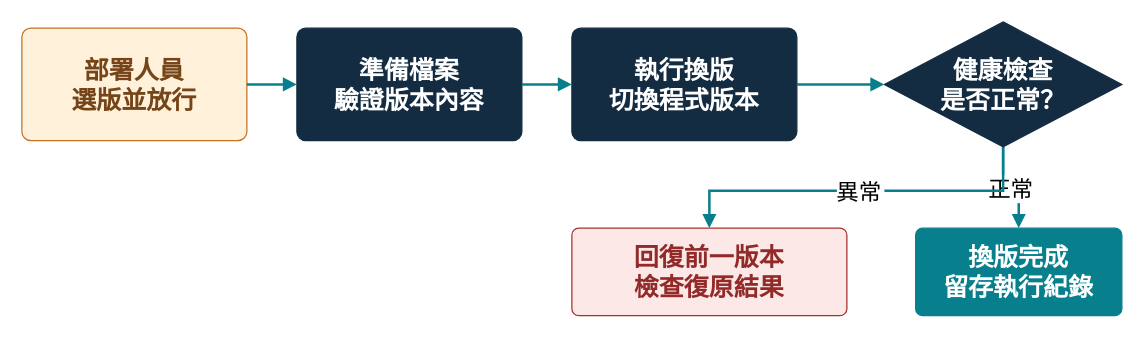
The draw.io diagram docs/presentations/diagrams/release-lifecycle.drawio in cyljacky02/gitlab-win-cicd, before the edit. Source tidied: cells renumbered, new cells numbered last; positions are measured from the earlier drawing's top-left corner, leaving out a move shared by most shapes. Both pictures are drawn from the tidied source at 125%, with x=0, y=0 at pixel (21, 21).
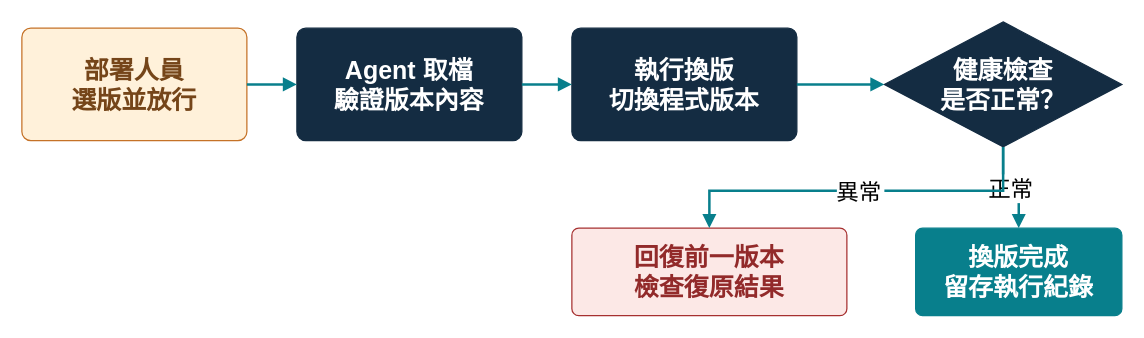
After the change.

Change to the diagram source:
```diff
@@
 <mxGraphModel>
   <root>
     <mxCell id="0" />
     <mxCell id="1" parent="0" />
     <mxCell id="2" value="部署人員&lt;br/&gt;選版並放行" style="rounded=1;arcSize=8;html=1;whiteSpace=wrap;fontSize=20;fontStyle=1;fillColor=#FFF1DA;fontColor=#754519;strokeColor=#C57227;" parent="1" vertex="1">
       <mxGeometry y="5" width="180" height="90" as="geometry" />
     </mxCell>
-    <mxCell id="3" value="準備檔案&lt;br/&gt;驗證版本內容" style="rounded=1;arcSize=8;html=1;whiteSpace=wrap;fontSize=20;fontStyle=1;fillColor=#142C42;fontColor=#FFFFFF;strokeColor=#142C42;" parent="1" vertex="1">
+    <mxCell id="3" value="Agent 取檔&lt;br/&gt;驗證版本內容" style="rounded=1;arcSize=8;html=1;whiteSpace=wrap;fontSize=20;fontStyle=1;fillColor=#142C42;fontColor=#FFFFFF;strokeColor=#142C42;" parent="1" vertex="1">
       <mxGeometry x="220" y="5" width="180" height="90" as="geometry" />
     </mxCell>
     <mxCell id="4" value="執行換版&lt;br/&gt;切換程式版本" style="rounded=1;arcSize=8;html=1;whiteSpace=wrap;fontSize=20;fontStyle=1;fillColor=#142C42;fontColor=#FFFFFF;strokeColor=#142C42;" parent="1" vertex="1">
       <mxGeometry x="440" y="5" width="180" height="90" as="geometry" />
     </mxCell>
     <mxCell id="5" value="健康檢查&lt;br/&gt;是否正常？" style="rhombus;html=1;whiteSpace=wrap;fontSize=20;fontStyle=1;fillColor=#142C42;fontColor=#FFFFFF;strokeColor=#142C42;" parent="1" vertex="1">
       <mxGeometry x="690" width="190" height="100" as="geometry" />
     </mxCell>
     <mxCell id="6" value="換版完成&lt;br/&gt;留存執行紀錄" style="rounded=1;arcSize=8;html=1;whiteSpace=wrap;fontSize=20;fontStyle=1;fillColor=#087F8C;fontColor=#FFFFFF;strokeColor=#087F8C;" parent="1" vertex="1">
       <mxGeometry x="715" y="165" width="165" height="70" as="geometry" />
     </mxCell>
     <mxCell id="7" value="回復前一版本&lt;br/&gt;檢查復原結果" style="rounded=1;arcSize=8;html=1;whiteSpace=wrap;fontSize=20;fontStyle=1;fillColor=#FCE8E6;fontColor=#922A2A;strokeColor=#A63030;" parent="1" vertex="1">
       <mxGeometry x="440" y="165" width="220" height="70" as="geometry" />
     </mxCell>
     <mxCell id="8" style="edgeStyle=orthogonalEdgeStyle;rounded=0;endArrow=block;endFill=1;strokeWidth=2;fontSize=18;strokeColor=#087F8C;" parent="1" edge="1" source="2" target="3">
       <mxGeometry relative="1" as="geometry" />
     </mxCell>
     <mxCell id="9" style="edgeStyle=orthogonalEdgeStyle;rounded=0;endArrow=block;endFill=1;strokeWidth=2;fontSize=18;strokeColor=#087F8C;" parent="1" edge="1" source="3" target="4">
       <mxGeometry relative="1" as="geometry" />
     </mxCell>
     <mxCell id="10" style="edgeStyle=orthogonalEdgeStyle;rounded=0;endArrow=block;endFill=1;strokeWidth=2;fontSize=18;strokeColor=#087F8C;" parent="1" edge="1" source="4" target="5">
       <mxGeometry relative="1" as="geometry" />
     </mxCell>
     <mxCell id="11" value="正常" style="edgeStyle=orthogonalEdgeStyle;rounded=0;endArrow=block;endFill=1;strokeWidth=2;fontSize=18;strokeColor=#087F8C;" parent="1" edge="1" source="5" target="6">
       <mxGeometry relative="1" as="geometry" />
     </mxCell>
     <mxCell id="12" value="異常" style="edgeStyle=orthogonalEdgeStyle;rounded=0;endArrow=block;endFill=1;strokeWidth=2;fontSize=18;strokeColor=#087F8C;exitX=0.5;exitY=1;entryX=0.5;entryY=0;exitPerimeter=1;entryPerimeter=1;" parent="1" edge="1" source="5" target="7">
       <mxGeometry relative="1" as="geometry">
         <Array as="points">
           <mxPoint x="785" y="135" />
           <mxPoint x="550" y="135" />
         </Array>
       </mxGeometry>
     </mxCell>
   </root>
 </mxGraphModel>
```
